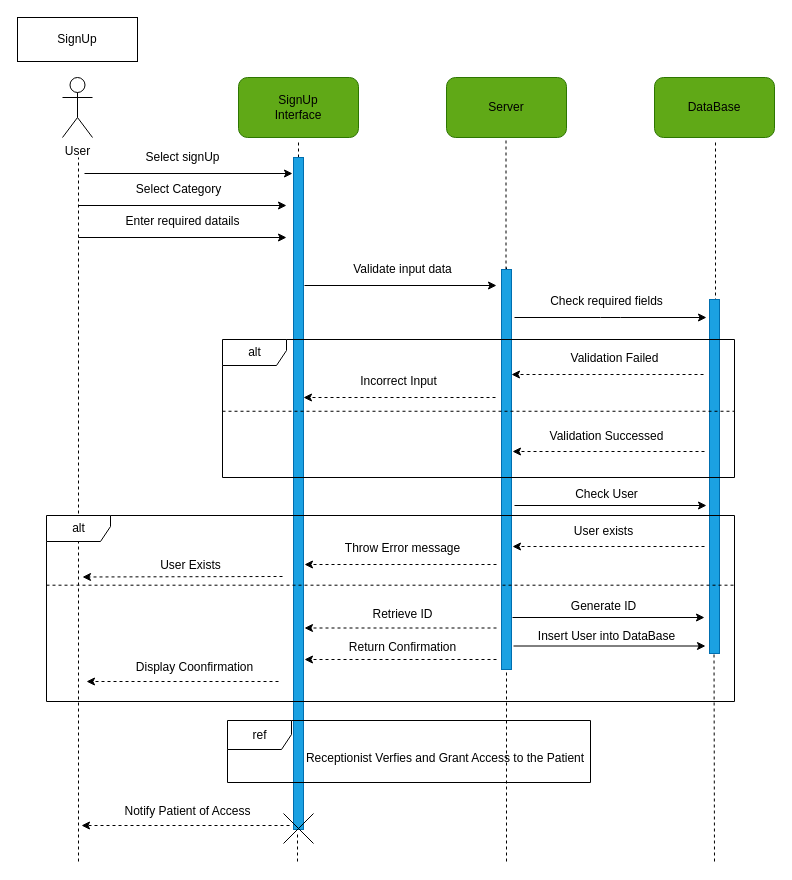
Above: UseCase_Diagram/Sisay/signup.dio in Nama21yo/SDS-EMR (draw.io), before the change. Source tidied: cells renumbered, new cells numbered last; positions are measured from the earlier drawing's top-left corner, leaving out a move shared by most shapes. Both pictures are drawn from the tidied source at 100%, with x=0, y=0 at pixel (17, 17).
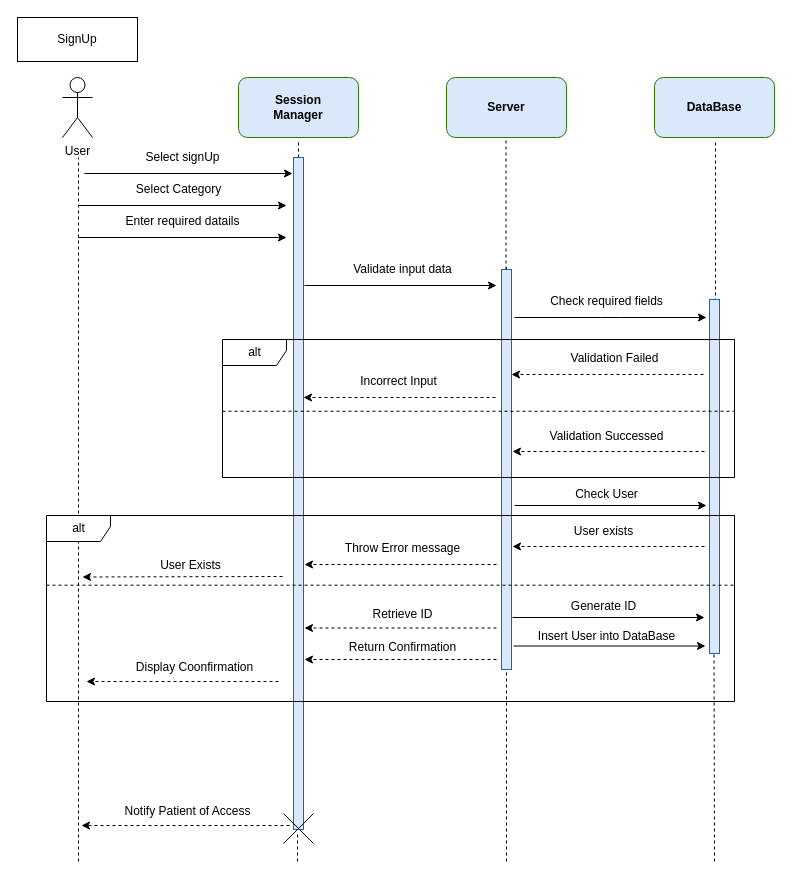
The same diagram, later.

The edit, as a diff of the source:
```diff
@@
-    <mxCell id="6" style="rounded=1;whiteSpace=wrap;html=1;fillColor=#60a917;fontColor=#ffffff;strokeColor=#2D7600;" parent="1" vertex="1">
+    <mxCell id="6" style="rounded=1;whiteSpace=wrap;html=1;fillColor=#DAE8FC;fontColor=#ffffff;strokeColor=#2D7600;" parent="1" vertex="1">
       <mxGeometry x="221" y="60" width="120" height="60" as="geometry" />
     </mxCell>
-    <mxCell id="7" style="rounded=1;whiteSpace=wrap;html=1;fillColor=#60a917;fontColor=#ffffff;strokeColor=#2D7600;" parent="1" vertex="1">
+    <mxCell id="7" style="rounded=1;whiteSpace=wrap;html=1;fillColor=#DAE8FC;fontColor=#ffffff;strokeColor=#2D7600;" parent="1" vertex="1">
       <mxGeometry x="429" y="60" width="120" height="60" as="geometry" />
     </mxCell>
-    <mxCell id="8" style="rounded=1;whiteSpace=wrap;html=1;fillColor=#60a917;fontColor=#ffffff;strokeColor=#2D7600;" parent="1" vertex="1">
+    <mxCell id="8" style="rounded=1;whiteSpace=wrap;html=1;fillColor=#DAE8FC;fontColor=#ffffff;strokeColor=#2D7600;" parent="1" vertex="1">
       <mxGeometry x="637" y="60" width="120" height="60" as="geometry" />
     </mxCell>
@@
-    <mxCell id="12" value="SignUp&lt;br&gt;Interface" style="text;html=1;strokeColor=none;fillColor=none;align=center;verticalAlign=middle;whiteSpace=wrap;rounded=0;" parent="1" vertex="1">
+    <mxCell id="12" value="&lt;font color=&quot;#000000&quot;&gt;&lt;b&gt;Session Manager&lt;/b&gt;&lt;/font&gt;" style="text;html=1;strokeColor=none;fillColor=none;align=center;verticalAlign=middle;whiteSpace=wrap;rounded=0;" parent="1" vertex="1">
       <mxGeometry x="251" y="75" width="60" height="30" as="geometry" />
     </mxCell>
-    <mxCell id="13" value="Server" style="text;html=1;strokeColor=none;fillColor=none;align=center;verticalAlign=middle;whiteSpace=wrap;rounded=0;" parent="1" vertex="1">
+    <mxCell id="13" value="&lt;b&gt;&lt;font color=&quot;#000000&quot;&gt;Server&lt;/font&gt;&lt;/b&gt;" style="text;html=1;strokeColor=none;fillColor=none;align=center;verticalAlign=middle;whiteSpace=wrap;rounded=0;" parent="1" vertex="1">
       <mxGeometry x="459" y="75" width="60" height="30" as="geometry" />
     </mxCell>
-    <mxCell id="14" value="DataBase" style="text;html=1;strokeColor=none;fillColor=none;align=center;verticalAlign=middle;whiteSpace=wrap;rounded=0;" parent="1" vertex="1">
+    <mxCell id="14" value="&lt;font color=&quot;#000000&quot;&gt;&lt;b&gt;DataBase&lt;/b&gt;&lt;/font&gt;" style="text;html=1;strokeColor=none;fillColor=none;align=center;verticalAlign=middle;whiteSpace=wrap;rounded=0;" parent="1" vertex="1">
       <mxGeometry x="667" y="75" width="60" height="30" as="geometry" />
     </mxCell>
@@
-    <mxCell id="49" style="html=1;perimeter=orthogonalPerimeter;fillColor=#1ba1e2;fontColor=#ffffff;strokeColor=#006EAF;" parent="1" vertex="1">
+    <mxCell id="49" style="html=1;perimeter=orthogonalPerimeter;fillColor=#DAE8FC;fontColor=#ffffff;strokeColor=#006EAF;" parent="1" vertex="1">
       <mxGeometry x="692" y="282" width="10" height="354" as="geometry" />
     </mxCell>
@@
-    <mxCell id="51" style="html=1;points=[];perimeter=orthogonalPerimeter;fillColor=#1ba1e2;fontColor=#ffffff;strokeColor=#006EAF;" parent="1" vertex="1">
+    <mxCell id="51" style="html=1;points=[];perimeter=orthogonalPerimeter;fillColor=#DAE8FC;fontColor=#ffffff;strokeColor=#006EAF;" parent="1" vertex="1">
       <mxGeometry x="484" y="252" width="10" height="400" as="geometry" />
     </mxCell>
-    <mxCell id="52" style="html=1;perimeter=orthogonalPerimeter;fillColor=#1ba1e2;fontColor=#ffffff;strokeColor=#006EAF;" parent="1" vertex="1">
+    <mxCell id="52" style="html=1;perimeter=orthogonalPerimeter;fillColor=#DAE8FC;fontColor=#ffffff;strokeColor=#006EAF;" parent="1" vertex="1">
       <mxGeometry x="276" y="140" width="10" height="672" as="geometry" />
     </mxCell>
@@
-    <mxCell id="61" value="ref" style="shape=umlFrame;tabPosition=left;html=1;boundedLbl=1;labelInHeader=1;width=64;height=29;" parent="1" vertex="1">
-      <mxGeometry x="210" y="703" width="363" height="62" as="geometry" />
-    </mxCell>
-    <mxCell id="62" value="Receptionist Verfies and Grant Access to the Patient" style="text;align=center;" parent="61" vertex="1">
-      <mxGeometry width="100" height="48" relative="1" as="geometry">
-        <mxPoint x="168" y="24" as="offset" />
-      </mxGeometry>
-    </mxCell>
```
